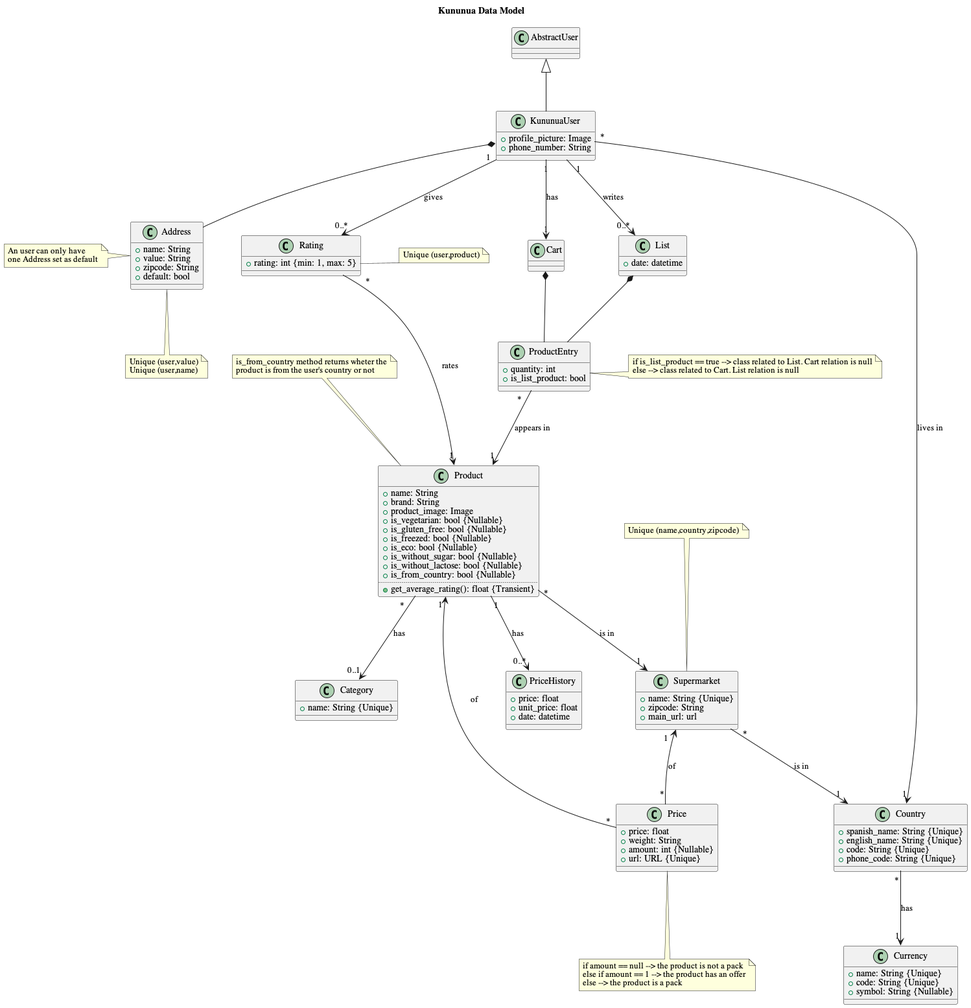
Before: documentation/diagrams/out/KununuaDomainModel.png, a diagram exported from PlantUML (Kununua/kununua-app).
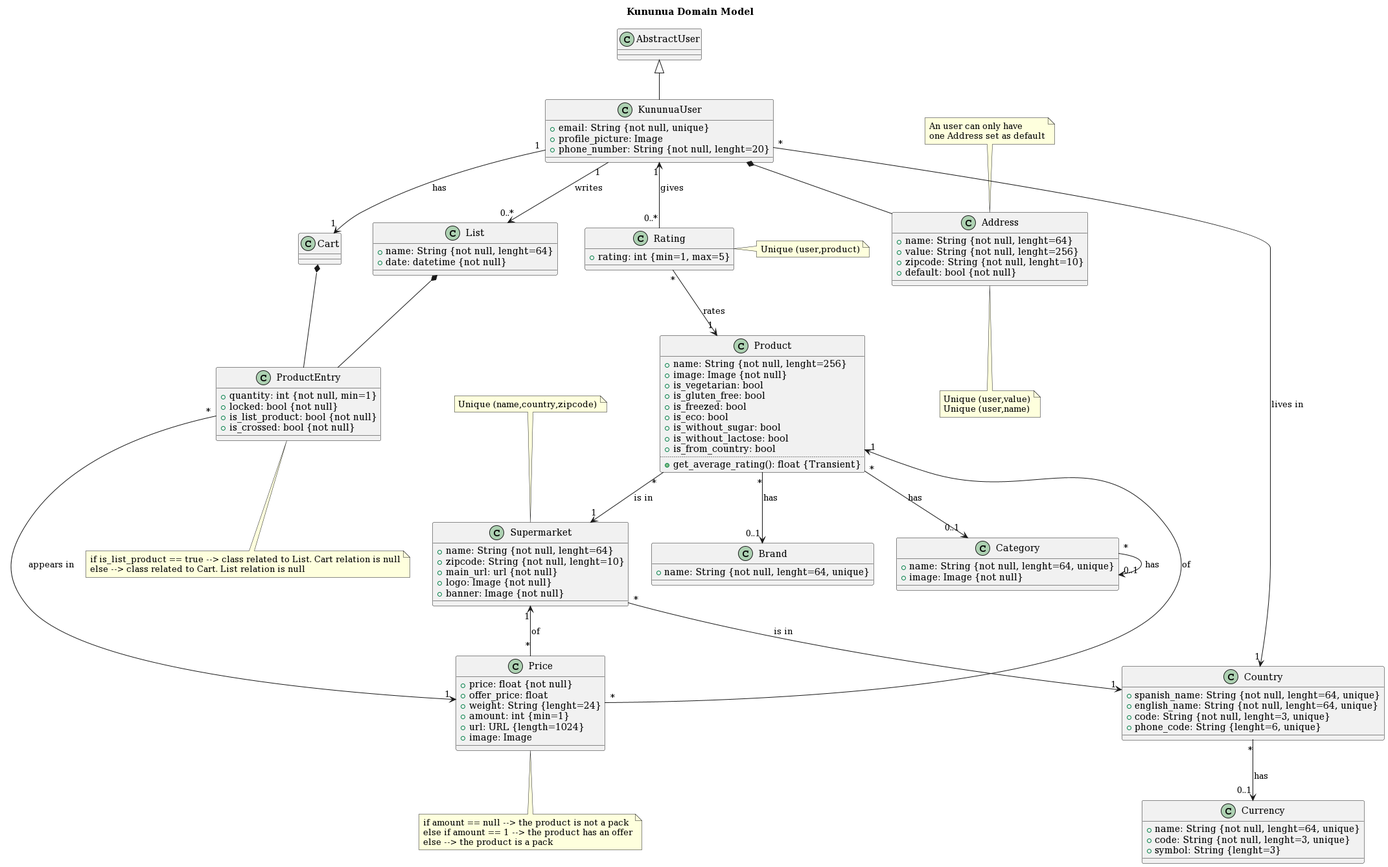
Later version of the same file.

The edit, as a diff of the source:
```diff
@@ -1,91 +1,96 @@
-@startuml KununuaDataModel
+@startuml
 
-
-title Kununua Data Model
+title Kununua Domain Model
 skinparam defaultFontName Serif
 
 
 class AbstractUser{}
 
 class KununuaUser{
+    +email: String {not null, unique}
     +profile_picture: Image
-    +phone_number: String
+    +phone_number: String {not null, lenght=20}
 }
 
 class Country{
-    +spanish_name: String {Unique}
-    +english_name: String {Unique}
-    +code: String {Unique}
-    +phone_code: String {Unique}
+    +spanish_name: String {not null, lenght=64, unique}
+    +english_name: String {not null, lenght=64, unique}
+    +code: String {not null, lenght=3, unique}
+    +phone_code: String {lenght=6, unique}
 }
 
 class Currency{
-    +name: String {Unique}
-    +code: String {Unique}
-    +symbol: String {Nullable}
+    +name: String {not null, lenght=64, unique}
+    +code: String {not null, lenght=3, unique}
+    +symbol: String {lenght=3}
 }
 
 class Address{
-    +name: String
-    +value: String
-    +zipcode: String
-    +default: bool
+    +name: String {not null, lenght=64}
+    +value: String {not null, lenght=256}
+    +zipcode: String {not null, lenght=10}
+    +default: bool {not null}
 }
 
 class Product{
-    +name: String
-    +brand: String
-    +product_image: Image
-    +is_vegetarian: bool {Nullable}
-    +is_gluten_free: bool {Nullable}
-    +is_freezed: bool {Nullable}
-    +is_eco: bool {Nullable}
-    +is_without_sugar: bool {Nullable}
-    +is_without_lactose: bool {Nullable}
-    +is_from_country: bool {Nullable}
+    +name: String {not null, lenght=256}
+    +image: Image {not null}
+    +is_vegetarian: bool
+    +is_gluten_free: bool
+    +is_freezed: bool
+    +is_eco: bool
+    +is_without_sugar: bool
+    +is_without_lactose: bool
+    +is_from_country: bool
     ..
     +get_average_rating(): float {Transient}
 }
 
 class Price{
-    +price: float
-    +weight: String
-    +amount: int {Nullable}
-    +url: URL {Unique}
+    +price: float {not null}
+    +offer_price: float
+    +weight: String {lenght=24}
+    +amount: int {min=1}
+    +url: URL {length=1024}
+    +image: Image
+}
+
+class Brand{
+    +name: String {not null, lenght=64, unique}
 }
 
 class Category{
-    +name: String {Unique}
+    +name: String {not null, lenght=64, unique}
+    +image: Image {not null}
 }
 
 class Supermarket{
-    +name: String {Unique}
-    +zipcode: String
-    +main_url: url
+    +name: String {not null, lenght=64}
+    +zipcode: String {not null, lenght=10}
+    +main_url: url {not null}
+    +logo: Image {not null}
+    +banner: Image {not null}
 }
 
 class Rating{
-    +rating: int {min: 1, max: 5}
-}
-
-class PriceHistory{
-    +price: float
-    +unit_price: float
-    +date: datetime
+    +rating: int {min=1, max=5}
 }
 
 class List{
-    +date: datetime
+    +name: String {not null, lenght=64}
+    +date: datetime {not null}
 }
 
 class Cart{}
 
 class ProductEntry{
-    +quantity: int
-    +is_list_product: bool
+    +quantity: int {not null, min=1}
+    +locked: bool {not null}
+    +is_list_product: bool {not null}
+    +is_crossed: bool {not null}
 }
 
-note left of Address
+note top of Address
 An user can only have
 one Address set as default
 end note
@@ -93,11 +98,6 @@
 note bottom of Address
 Unique (user,value)
 Unique (user,name)
-end note
-
-note top of Product
-is_from_country method returns wheter the
-product is from the user's country or not
 end note
 
 note top of Supermarket
@@ -108,7 +108,7 @@
 Unique (user,product)
 end note
 
-note right of ProductEntry
+note bottom of ProductEntry
 if is_list_product == true --> class related to List. Cart relation is null
 else --> class related to Cart. List relation is null
 end note
@@ -123,19 +123,19 @@
 AbstractUser <|-- KununuaUser
 KununuaUser *-- Address
 KununuaUser "*" --> "1" Country: lives in
-KununuaUser "1" --> "0..*" Rating: gives
+KununuaUser "1" <-- "0..*" Rating: gives
 KununuaUser "1" --> "0..*" List: writes
 KununuaUser "1" --> "1" Cart: has
-Country "*" --> "1" Currency: has
+Country "*" --> "0..1" Currency: has
 Product "*" --> "0..1" Category: has
+Product "*" --> "0..1" Brand: has
+Category "*" --> "0..1" Category: has
 Product "1" <-- "*" Price: of
 Product "*" --> "1" Supermarket: is in
-Product "1" --> "0..*" PriceHistory: has
 Supermarket "*" --> "1" Country: is in
 Supermarket "1" <-- "*" Price: of
 Rating "*" --> "1" Product: rates
 List *-- ProductEntry
 Cart *-- ProductEntry
-ProductEntry "*" --> "1" Product: appears in
-
+ProductEntry "*" --> "1" Price: appears in
 @enduml
```
